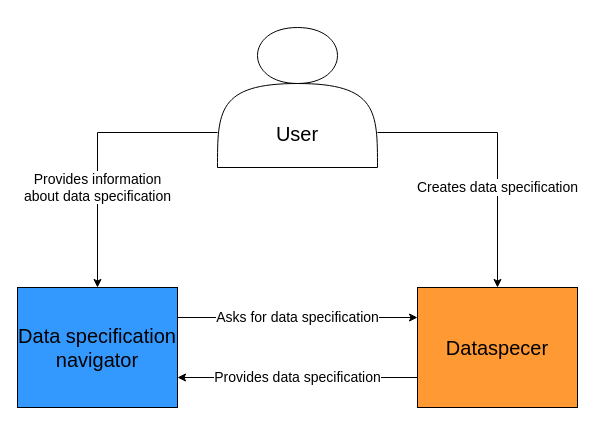
Earlier version of the draw.io diagram presentation/C4 diagrams/C4_system_context.drawio (Kwantigon/research-project). Source tidied: cells renumbered, new cells numbered last; positions are measured from the earlier drawing's top-left corner, leaving out a move shared by most shapes. Both pictures are drawn from the tidied source at 100%, with x=0, y=0 at pixel (17, 27). Pictures stored in the file or linked from it are replaced by grey dashed boxes.
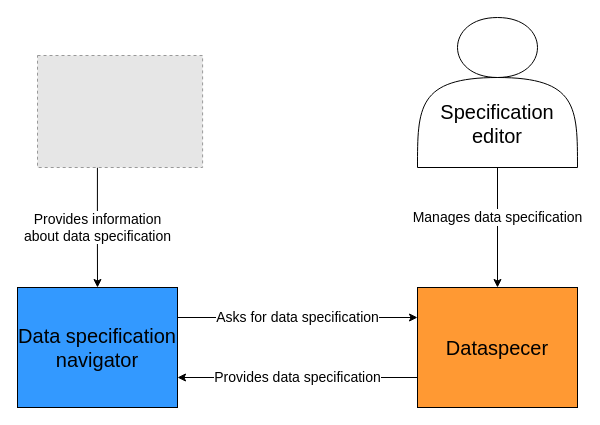
The same diagram, later.

Change to the diagram source:
```diff
@@
 <mxGraphModel>
   <root>
     <mxCell id="0" />
     <mxCell id="1" parent="0" />
-    <mxCell id="2" value="&lt;font style=&quot;font-size: 14px;&quot;&gt;Creates data specification&lt;/font&gt;" style="edgeStyle=orthogonalEdgeStyle;rounded=0;jettySize=auto;html=1;entryX=0.5;entryY=0;entryDx=0;entryDy=0;exitX=1;exitY=0.75;exitDx=0;exitDy=0;" parent="1" edge="1" source="4" target="8">
-      <mxGeometry x="0.27" relative="1" as="geometry" />
+    <mxCell id="2" value="&lt;font style=&quot;font-size: 14px;&quot;&gt;Manages data specification&lt;/font&gt;" style="edgeStyle=orthogonalEdgeStyle;rounded=0;jettySize=auto;html=1;entryX=0.5;entryY=0;entryDx=0;entryDy=0;exitX=0.5;exitY=1;exitDx=0;exitDy=0;" parent="1" edge="1" source="4" target="8">
+      <mxGeometry x="-0.17" relative="1" as="geometry" />
     </mxCell>
-    <mxCell id="3" value="&lt;font style=&quot;font-size: 14px;&quot;&gt;Provides information&lt;/font&gt;&lt;div&gt;&lt;font style=&quot;font-size: 14px;&quot;&gt;about data specification&lt;/font&gt;&lt;/div&gt;" style="edgeStyle=orthogonalEdgeStyle;rounded=0;jettySize=auto;html=1;entryX=0.5;entryY=0;entryDx=0;entryDy=0;exitX=0;exitY=0.75;exitDx=0;exitDy=0;" parent="1" edge="1" source="4" target="6">
-      <mxGeometry x="0.27" relative="1" as="geometry" />
-    </mxCell>
-    <mxCell id="4" value="&lt;div&gt;&lt;font style=&quot;font-size: 20px;&quot;&gt;&lt;br&gt;&lt;/font&gt;&lt;/div&gt;&lt;div&gt;&lt;font style=&quot;font-size: 20px;&quot;&gt;&lt;br&gt;&lt;/font&gt;&lt;/div&gt;&lt;div&gt;&lt;font style=&quot;font-size: 20px;&quot;&gt;&lt;br&gt;&lt;/font&gt;&lt;/div&gt;&lt;font style=&quot;font-size: 20px;&quot;&gt;User&lt;/font&gt;" style="shape=actor;whiteSpace=wrap;html=1;" parent="1" vertex="1">
-      <mxGeometry x="200" width="160" height="140" as="geometry" />
+    <mxCell id="4" value="&lt;div&gt;&lt;font style=&quot;font-size: 20px;&quot;&gt;&lt;br&gt;&lt;/font&gt;&lt;/div&gt;&lt;div&gt;&lt;font style=&quot;font-size: 20px;&quot;&gt;&lt;br&gt;&lt;/font&gt;&lt;/div&gt;&lt;div&gt;&lt;br&gt;&lt;/div&gt;&lt;div&gt;&lt;font style=&quot;font-size: 20px;&quot;&gt;Specification&lt;/font&gt;&lt;/div&gt;&lt;div&gt;&lt;font style=&quot;font-size: 20px;&quot;&gt;editor&lt;/font&gt;&lt;/div&gt;" style="shape=actor;whiteSpace=wrap;html=1;" parent="1" vertex="1">
+      <mxGeometry x="400" y="-10" width="160" height="150" as="geometry" />
     </mxCell>
-    <mxCell id="5" value="&lt;font style=&quot;font-size: 14px;&quot;&gt;Asks for data specification&lt;/font&gt;" style="edgeStyle=orthogonalEdgeStyle;rounded=0;jettySize=auto;html=1;exitX=1;exitY=0.25;exitDx=0;exitDy=0;entryX=0;entryY=0.25;entryDx=0;entryDy=0;" parent="1" edge="1" source="6" target="8">
+    <mxCell id="5" value="&lt;font style=&quot;font-size: 14px;&quot;&gt;Asks for&amp;nbsp;&lt;/font&gt;&lt;span style=&quot;font-size: 14px; background-color: light-dark(#ffffff, var(--ge-dark-color, #121212)); color: light-dark(rgb(0, 0, 0), rgb(255, 255, 255));&quot;&gt;data specification&lt;/span&gt;" style="edgeStyle=orthogonalEdgeStyle;rounded=0;jettySize=auto;html=1;exitX=1;exitY=0.25;exitDx=0;exitDy=0;entryX=0;entryY=0.25;entryDx=0;entryDy=0;" parent="1" edge="1" source="6" target="8">
       <mxGeometry relative="1" as="geometry" />
     </mxCell>
     <mxCell id="6" value="&lt;font style=&quot;font-size: 20px;&quot;&gt;Data specification navigator&lt;/font&gt;" style="rounded=0;whiteSpace=wrap;html=1;fillColor=#3399FF;" parent="1" vertex="1">
       <mxGeometry y="260" width="160" height="120" as="geometry" />
     </mxCell>
     <mxCell id="7" value="&lt;font style=&quot;font-size: 14px;&quot;&gt;Provides data specification&lt;/font&gt;" style="edgeStyle=orthogonalEdgeStyle;rounded=0;jettySize=auto;html=1;entryX=1;entryY=0.75;entryDx=0;entryDy=0;exitX=0;exitY=0.75;exitDx=0;exitDy=0;" parent="1" edge="1" source="8" target="6">
       <mxGeometry relative="1" as="geometry" />
     </mxCell>
     <mxCell id="8" value="&lt;font style=&quot;font-size: 20px;&quot;&gt;Dataspecer&lt;/font&gt;" style="rounded=0;whiteSpace=wrap;html=1;fillColor=#FF9933;" parent="1" vertex="1">
       <mxGeometry x="400" y="260" width="160" height="120" as="geometry" />
     </mxCell>
+    <mxCell id="3" value="&lt;span style=&quot;font-size: 14px;&quot;&gt;Provides information&lt;/span&gt;&lt;div&gt;&lt;span style=&quot;font-size: 14px;&quot;&gt;about data specification&lt;/span&gt;&lt;/div&gt;" style="edgeStyle=orthogonalEdgeStyle;rounded=0;jettySize=auto;html=1;entryX=0.5;entryY=0;entryDx=0;entryDy=0;exitX=0.363;exitY=1;exitDx=0;exitDy=0;exitPerimeter=0;" parent="1" edge="1" source="9" target="6">
+      <mxGeometry relative="1" as="geometry" />
+    </mxCell>
+    <mxCell id="9" style="fillColor=#E6E6E6;strokeColor=#999999;dashed=1;verticalLabelPosition=bottom;labelBackgroundColor=default;verticalAlign=top;" parent="1" vertex="1">
+      <mxGeometry x="20" y="28" width="165.1" height="112" as="geometry" />
+    </mxCell>
   </root>
 </mxGraphModel>
```
